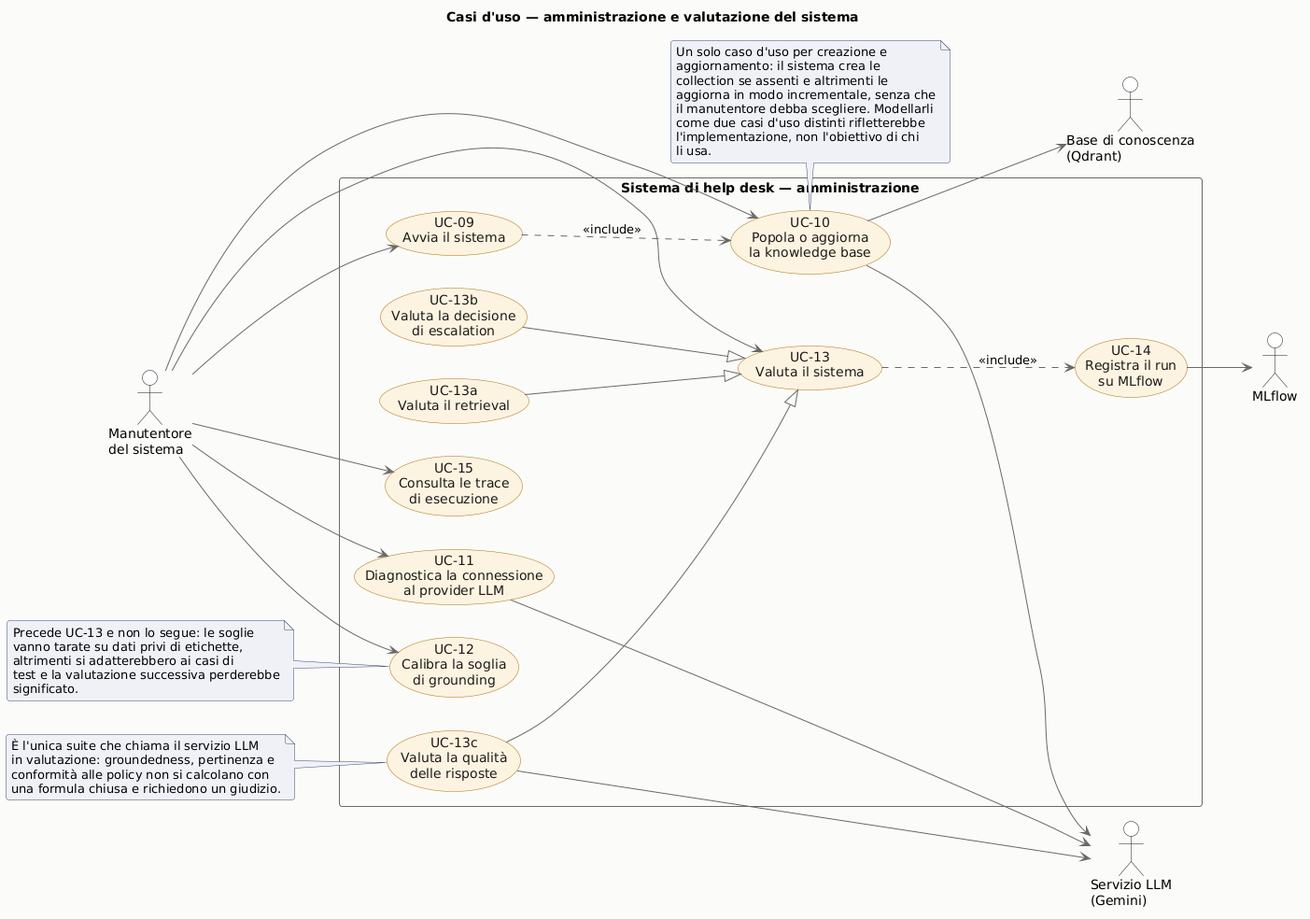
This is docs/diagrams/use_cases_amministrazione.png from 0xSt/Help-Desk-agent, a PlantUML export, as it was before one commit.
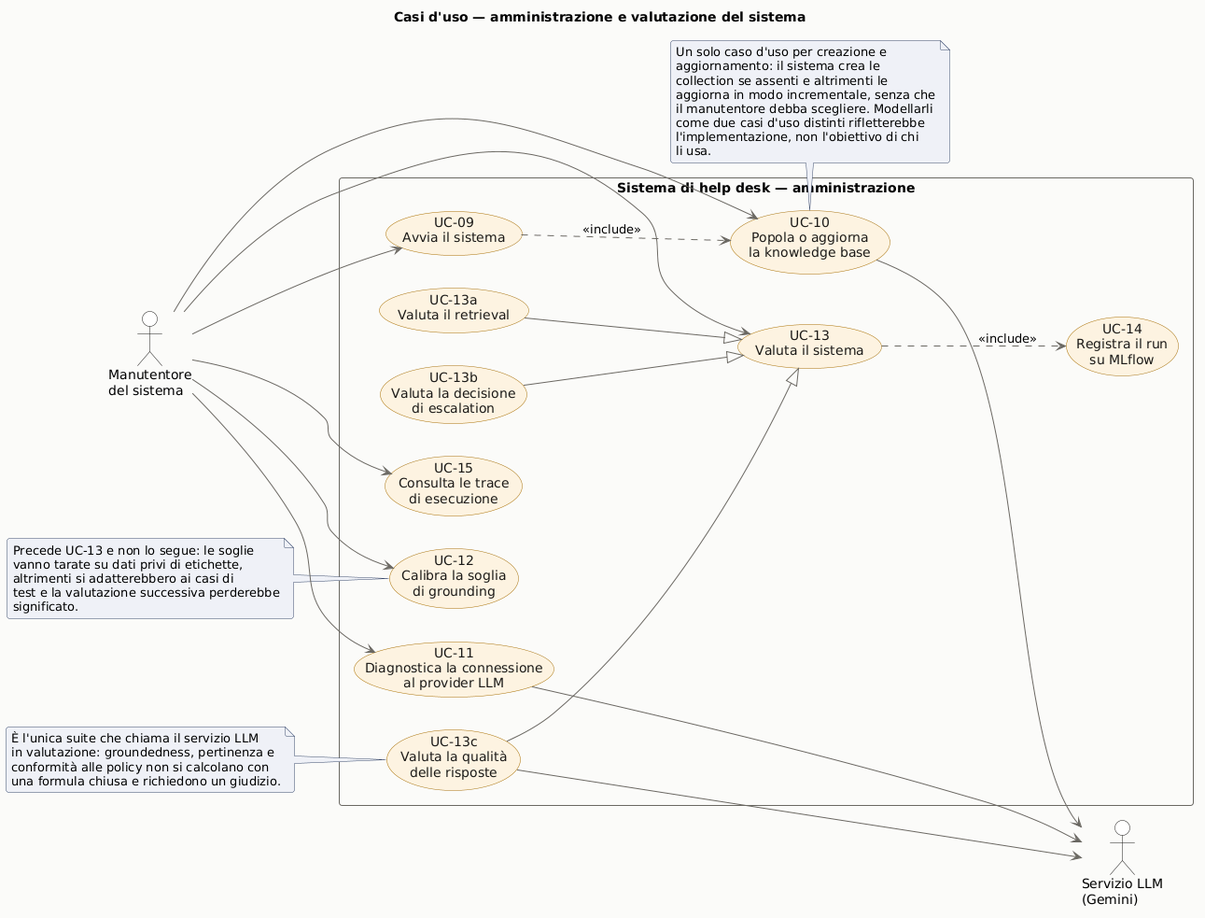
After the change.

Diff of the diagram source:
```diff
@@ -30,8 +30,6 @@
 actor "Manutentore\ndel sistema" as Admin
 
 actor "Servizio LLM\n(Gemini)" as LLM
-actor "Base di conoscenza\n(Qdrant)" as KB
-actor "MLflow" as ML
 
 rectangle "Sistema di help desk — amministrazione" {
 
@@ -56,6 +54,7 @@
 Admin --> UC13
 Admin --> UC15
 
+
 UC09 ..> UC10 : <<include>>
 
 UC13a --|> UC13
@@ -64,11 +63,9 @@
 
 UC13 ..> UC14 : <<include>>
 
-UC10 --> KB
 UC10 --> LLM
 UC11 --> LLM
 UC13c --> LLM
-UC14 --> ML
 
 note bottom of UC10
   Un solo caso d'uso per creazione e
```
